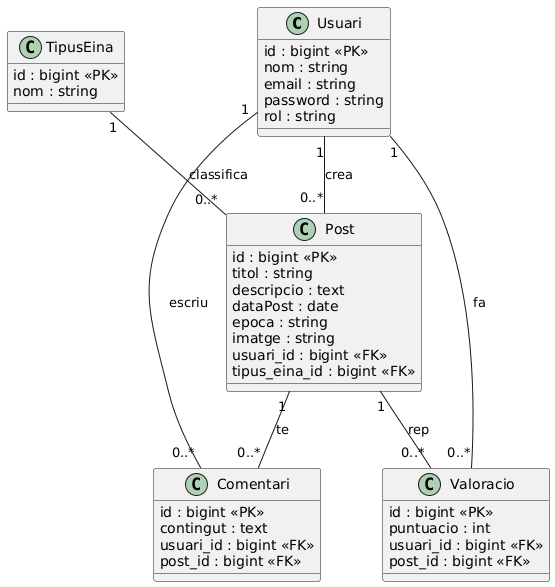
agarcia-icv/projecte-final keeps this PlantUML diagram as docs/03_model-dades.png. Above is the earlier version. Its source is kept beside it as docs/03_model-dades.puml.
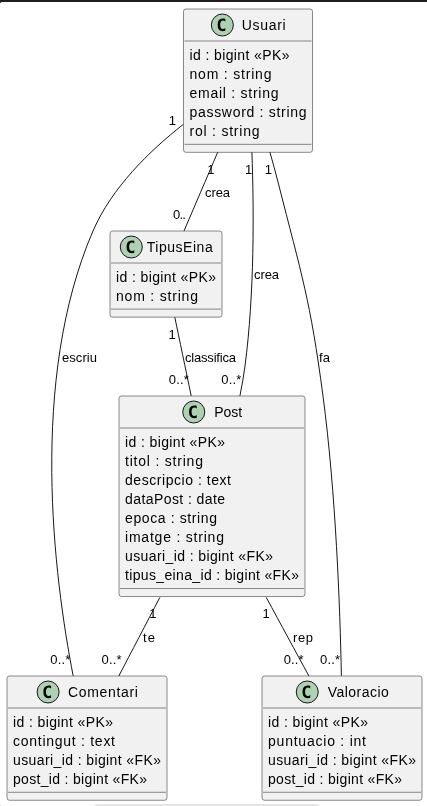
After the commit.

What changed in the source:
```diff
@@ -41,6 +41,7 @@
 Usuari "1" -- "0..*" Post : crea
 Usuari "1" -- "0..*" Comentari : escriu
 Usuari "1" -- "0..*" Valoracio : fa
+Usuari "1" -- "0.." TipusEina : crea
 Post "1" -- "0..*" Comentari : te
 Post "1" -- "0..*" Valoracio : rep
 
```
